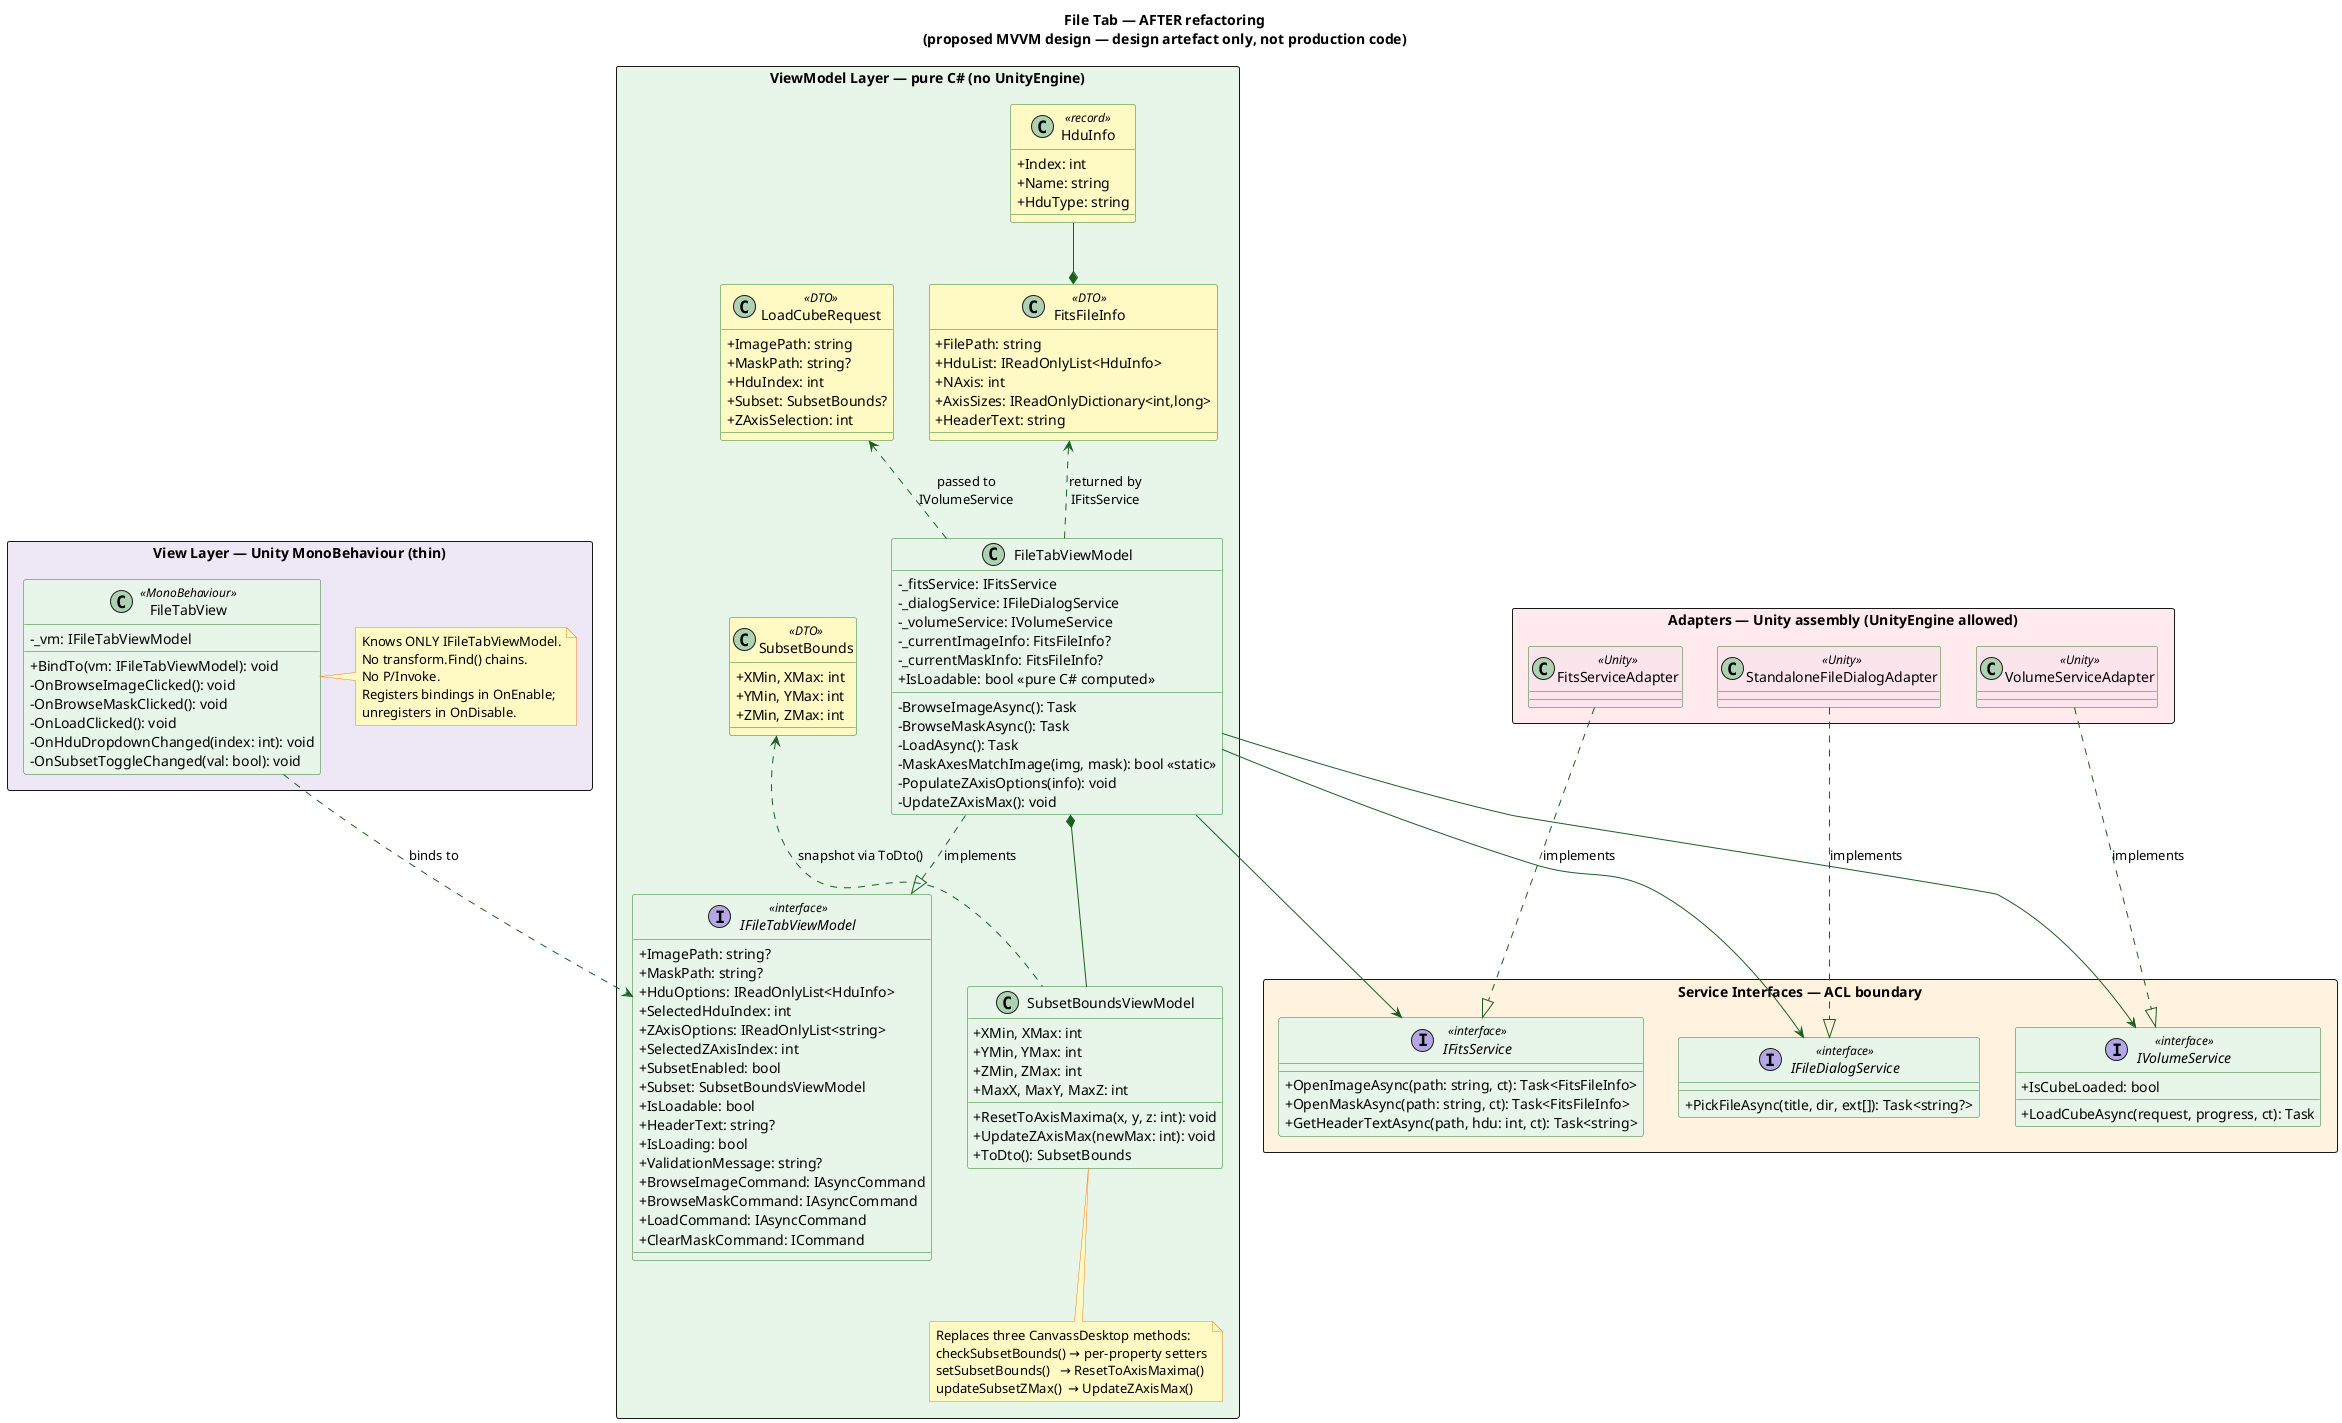
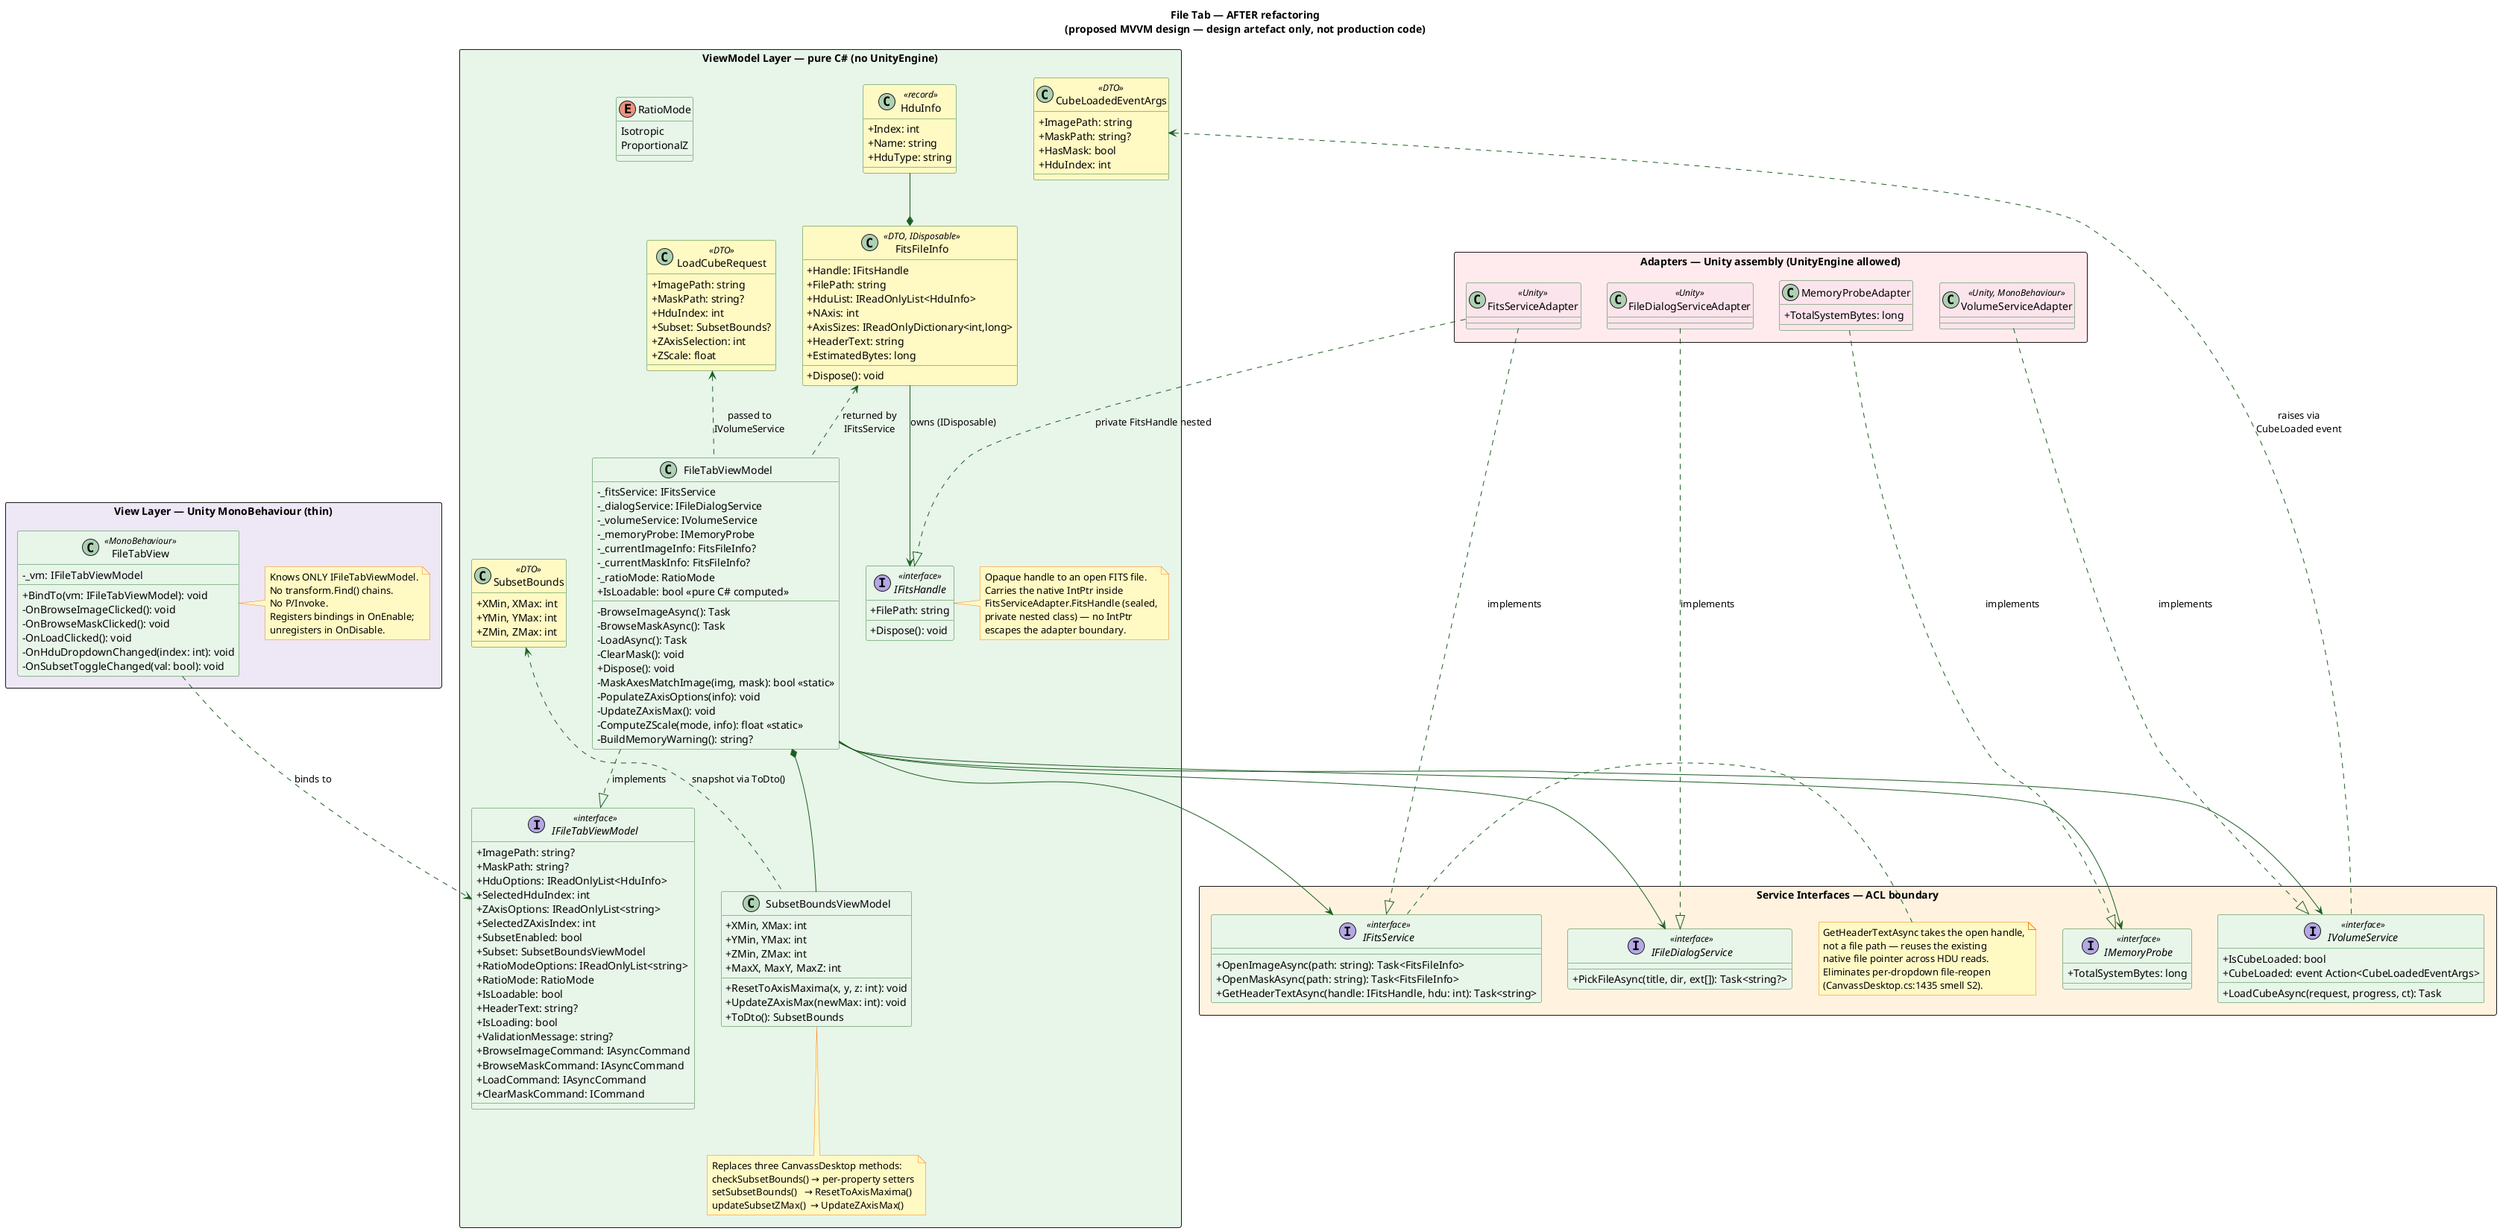
@startuml file-tab-after
title File Tab — AFTER refactoring\n(proposed MVVM design — design artefact only, not production code)

skinparam classAttributeIconSize 0
skinparam class {
    BackgroundColor #E8F5E9
    BorderColor #2E7D32
    ArrowColor #1B5E20
}
skinparam interface {
    BackgroundColor #F3E5F5
    BorderColor #7B1FA2
    ArrowColor #4A148C
}
skinparam note {
    BackgroundColor #FFF9C4
    BorderColor #F57F17
}

' ─────────────────────────────────────────────────────────────────────────────
' View layer — Unity (thin MonoBehaviour adapter, allowed to use UnityEngine)
' ─────────────────────────────────────────────────────────────────────────────
package "View Layer — Unity MonoBehaviour (thin)" <<Rectangle>> #EDE7F6 {

    class FileTabView <<MonoBehaviour>> {
        -_vm: IFileTabViewModel
        +BindTo(vm: IFileTabViewModel): void
        -OnBrowseImageClicked(): void
        -OnBrowseMaskClicked(): void
        -OnLoadClicked(): void
        -OnHduDropdownChanged(index: int): void
        -OnSubsetToggleChanged(val: bool): void
    }

    note right of FileTabView
      Knows ONLY IFileTabViewModel.
      No transform.Find() chains.
      No P/Invoke.
      Registers bindings in OnEnable;
      unregisters in OnDisable.
    end note
}

' ─────────────────────────────────────────────────────────────────────────────
' ViewModel layer — pure C# (no UnityEngine / SteamVR allowed)
' ─────────────────────────────────────────────────────────────────────────────
package "ViewModel Layer — pure C# (no UnityEngine)" <<Rectangle>> #E8F5E9 {

    interface IFileTabViewModel <<interface>> {
        +ImagePath: string?
        +MaskPath: string?
        +HduOptions: IReadOnlyList<HduInfo>
        +SelectedHduIndex: int
        +ZAxisOptions: IReadOnlyList<string>
        +SelectedZAxisIndex: int
        +SubsetEnabled: bool
        +Subset: SubsetBoundsViewModel
+         +RatioModeOptions: IReadOnlyList<string>
+         +RatioMode: RatioMode
        +IsLoadable: bool
        +HeaderText: string?
        +IsLoading: bool
        +ValidationMessage: string?
        +BrowseImageCommand: IAsyncCommand
        +BrowseMaskCommand: IAsyncCommand
        +LoadCommand: IAsyncCommand
        +ClearMaskCommand: ICommand
    }

    class FileTabViewModel {
        -_fitsService: IFitsService
        -_dialogService: IFileDialogService
        -_volumeService: IVolumeService
+         -_memoryProbe: IMemoryProbe
        -_currentImageInfo: FitsFileInfo?
        -_currentMaskInfo: FitsFileInfo?
+         -_ratioMode: RatioMode
        +IsLoadable: bool <<pure C# computed>>
        -BrowseImageAsync(): Task
        -BrowseMaskAsync(): Task
        -LoadAsync(): Task
+         -ClearMask(): void
+         +Dispose(): void
        -MaskAxesMatchImage(img, mask): bool <<static>>
        -PopulateZAxisOptions(info): void
        -UpdateZAxisMax(): void
+         -ComputeZScale(mode, info): float <<static>>
+         -BuildMemoryWarning(): string?
    }

    class SubsetBoundsViewModel {
        +XMin, XMax: int
        +YMin, YMax: int
        +ZMin, ZMax: int
        +MaxX, MaxY, MaxZ: int
        +ResetToAxisMaxima(x, y, z: int): void
        +UpdateZAxisMax(newMax: int): void
        +ToDto(): SubsetBounds
    }

    note bottom of SubsetBoundsViewModel
      Replaces three CanvassDesktop methods:
      checkSubsetBounds() → per-property setters
      setSubsetBounds()   → ResetToAxisMaxima()
      updateSubsetZMax()  → UpdateZAxisMax()
    end note

-     class FitsFileInfo <<DTO>> #FFF9C4 {
+     interface IFitsHandle <<interface>> {
+         +FilePath: string
+         +Dispose(): void
+     }
+ 
+     note right of IFitsHandle
+       Opaque handle to an open FITS file.
+       Carries the native IntPtr inside
+       FitsServiceAdapter.FitsHandle (sealed,
+       private nested class) — no IntPtr
+       escapes the adapter boundary.
+     end note
+ 
+     class FitsFileInfo <<DTO, IDisposable>> #FFF9C4 {
+         +Handle: IFitsHandle
        +FilePath: string
        +HduList: IReadOnlyList<HduInfo>
        +NAxis: int
        +AxisSizes: IReadOnlyDictionary<int,long>
        +HeaderText: string
+         +EstimatedBytes: long
+         +Dispose(): void
    }

    class HduInfo <<record>> #FFF9C4 {
        +Index: int
        +Name: string
        +HduType: string
    }

    class SubsetBounds <<DTO>> #FFF9C4 {
        +XMin, XMax: int
        +YMin, YMax: int
        +ZMin, ZMax: int
    }

    class LoadCubeRequest <<DTO>> #FFF9C4 {
        +ImagePath: string
        +MaskPath: string?
        +HduIndex: int
        +Subset: SubsetBounds?
        +ZAxisSelection: int
+         +ZScale: float
+     }
+ 
+     class CubeLoadedEventArgs <<DTO>> #FFF9C4 {
+         +ImagePath: string
+         +MaskPath: string?
+         +HasMask: bool
+         +HduIndex: int
+     }
+ 
+     enum RatioMode {
+         Isotropic
+         ProportionalZ
    }
}

' ─────────────────────────────────────────────────────────────────────────────
' Service interfaces — ACL (Anti-Corruption Layer) boundary
' ─────────────────────────────────────────────────────────────────────────────
package "Service Interfaces — ACL boundary" <<Rectangle>> #FFF3E0 {

    interface IFitsService <<interface>> {
-         +OpenImageAsync(path: string, ct): Task<FitsFileInfo>
-         +OpenMaskAsync(path: string, ct): Task<FitsFileInfo>
-         +GetHeaderTextAsync(path, hdu: int, ct): Task<string>
-     }
+         +OpenImageAsync(path: string): Task<FitsFileInfo>
+         +OpenMaskAsync(path: string): Task<FitsFileInfo>
+         +GetHeaderTextAsync(handle: IFitsHandle, hdu: int): Task<string>
+     }
+ 
+     note right of IFitsService
+       GetHeaderTextAsync takes the open handle,
+       not a file path — reuses the existing
+       native file pointer across HDU reads.
+       Eliminates per-dropdown file-reopen
+       (CanvassDesktop.cs:1435 smell S2).
+     end note

    interface IFileDialogService <<interface>> {
        +PickFileAsync(title, dir, ext[]): Task<string?>
    }

    interface IVolumeService <<interface>> {
        +IsCubeLoaded: bool
        +LoadCubeAsync(request, progress, ct): Task
+         +CubeLoaded: event Action<CubeLoadedEventArgs>
+     }
+ 
+     interface IMemoryProbe <<interface>> {
+         +TotalSystemBytes: long
    }
}

' ─────────────────────────────────────────────────────────────────────────────
' Adapters — Unity assembly (only here may UnityEngine / P/Invoke appear)
' ─────────────────────────────────────────────────────────────────────────────
package "Adapters — Unity assembly (UnityEngine allowed)" <<Rectangle>> #FFEBEE {

    class FitsServiceAdapter <<Unity>> #FCE4EC {
        ' Wraps FitsReader P/Invoke calls.
-         ' Opens file, reads headers, closes file — no IntPtr crosses the boundary.
-     }
- 
-     class StandaloneFileDialogAdapter <<Unity>> #FCE4EC {
-         ' Wraps StandaloneFileBrowser async callback into a Task<string?>.
+         ' Private nested FitsHandle carries native IntPtr;
+         ' no IntPtr escapes beyond this class.
+     }
+ 
+     class FileDialogServiceAdapter <<Unity>> #FCE4EC {
+         ' Wraps StandaloneFileBrowser async callback into Task<string?>.
        ' Persists last directory via PlayerPrefs.
    }

-     class VolumeServiceAdapter <<Unity>> #FCE4EC {
+     class VolumeServiceAdapter <<Unity, MonoBehaviour>> #FCE4EC {
        ' Wraps VolumeCommandController + coroutine lifecycle.
-         ' Local mode: in-process. Future: JSON-RPC over named pipe (ADR-0002).
+         ' Raises CubeLoaded(DTO) once per successful load —
+         ' replaces postLoadFileFileSystem cross-tab cascade.
+         ' S6 (busy-wait) eliminated: yields renderer._startFunc directly.
+     }
+ 
+     class MemoryProbeAdapter #FCE4EC {
+         ' Plain C# object — no MonoBehaviour.
+         ' Wraps SystemInfo.systemMemorySize (returns bytes).
+         +TotalSystemBytes: long
    }
}

' ─────────────────────────────────────────────────────────────────────────────
' Relationships
' ─────────────────────────────────────────────────────────────────────────────

FileTabView       ..>  IFileTabViewModel   : binds to
FileTabViewModel  ..|> IFileTabViewModel   : implements
FileTabViewModel  *--  SubsetBoundsViewModel
FileTabViewModel  -->  IFitsService
FileTabViewModel  -->  IFileDialogService
FileTabViewModel  -->  IVolumeService
- 
- FitsServiceAdapter             ..|> IFitsService         : implements
- StandaloneFileDialogAdapter    ..|> IFileDialogService   : implements
- VolumeServiceAdapter           ..|> IVolumeService       : implements
- 
- FitsFileInfo   <.. FileTabViewModel   : "returned by\nIFitsService"
- LoadCubeRequest <.. FileTabViewModel  : "passed to\nIVolumeService"
- SubsetBounds    <.. SubsetBoundsViewModel : "snapshot via ToDto()"
- HduInfo         --* FitsFileInfo
+ FileTabViewModel  -->  IMemoryProbe
+ 
+ FitsServiceAdapter          ..|> IFitsService         : implements
+ FileDialogServiceAdapter    ..|> IFileDialogService   : implements
+ VolumeServiceAdapter        ..|> IVolumeService       : implements
+ MemoryProbeAdapter          ..|> IMemoryProbe         : implements
+ FitsServiceAdapter          ..|> IFitsHandle          : private FitsHandle nested
+ 
+ FitsFileInfo    -->  IFitsHandle                  : owns (IDisposable)
+ FitsFileInfo    <..  FileTabViewModel             : "returned by\nIFitsService"
+ LoadCubeRequest <..  FileTabViewModel             : "passed to\nIVolumeService"
+ SubsetBounds    <..  SubsetBoundsViewModel        : "snapshot via ToDto()"
+ HduInfo         --*  FitsFileInfo
+ IVolumeService  ..>  CubeLoadedEventArgs          : "raises via\nCubeLoaded event"

@enduml
